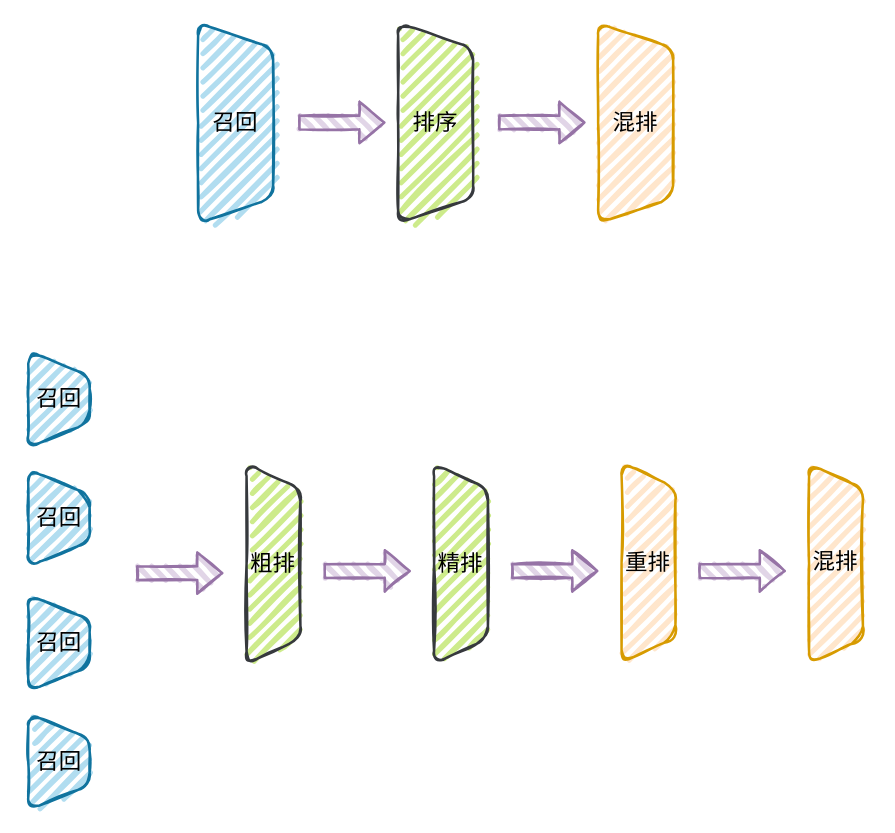
Before: page "第 1 页" (1 of 2) of twitter.drawio in guodongxiaren/diagrams, a draw.io diagram. Source tidied: cells renumbered, new cells numbered last; positions are measured from the earlier drawing's top-left corner, leaving out a move shared by most shapes. Both pictures are drawn from the tidied source at 125%, with x=0, y=0 at pixel (10, 22).
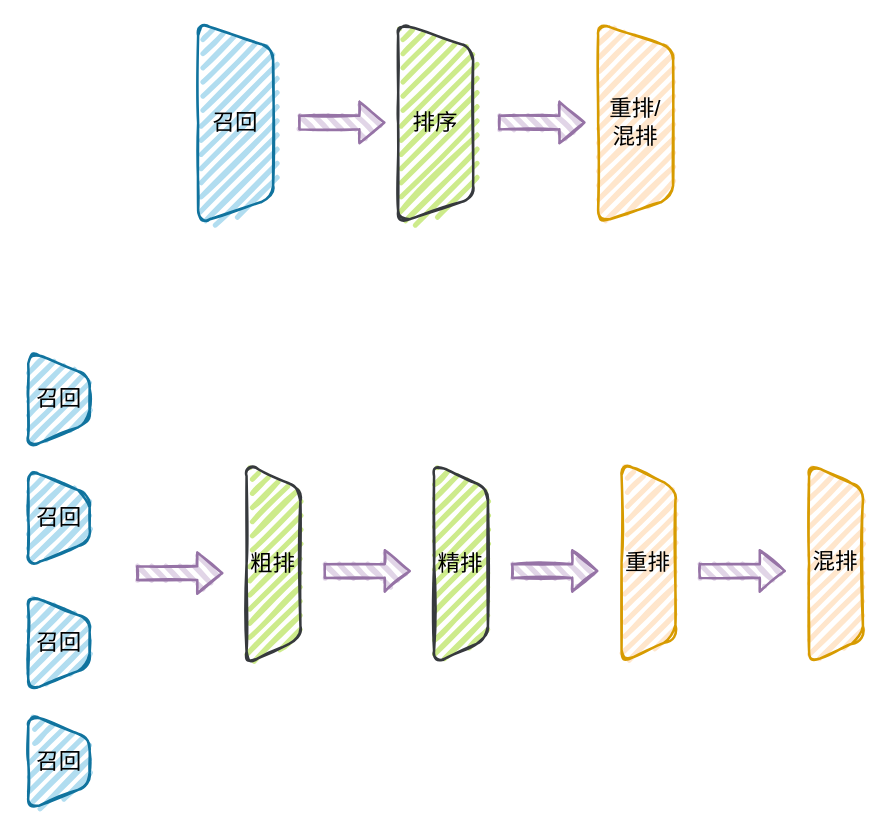
Above is the later version.

Unchanged cells that the change refers to:
```xml
<mxCell id="8" style="group;" parent="1" vertex="1">
  <mxGeometry x="470" width="60" height="160" as="geometry" />
</mxCell>
```

The edit, as a diff of the source:
```diff
@@
-    <mxCell id="10" value="&lt;font style=&quot;font-size: 18px;&quot;&gt;混排&lt;/font&gt;" style="text;html=1;strokeColor=none;fillColor=none;align=center;verticalAlign=middle;whiteSpace=wrap;rounded=0;" parent="8" vertex="1">
+    <mxCell id="10" value="&lt;font style=&quot;font-size: 18px;&quot;&gt;重排/混排&lt;/font&gt;" style="text;html=1;strokeColor=none;fillColor=none;align=center;verticalAlign=middle;whiteSpace=wrap;rounded=0;" parent="8" vertex="1">
       <mxGeometry y="65" width="60" height="30" as="geometry" />
     </mxCell>
```
